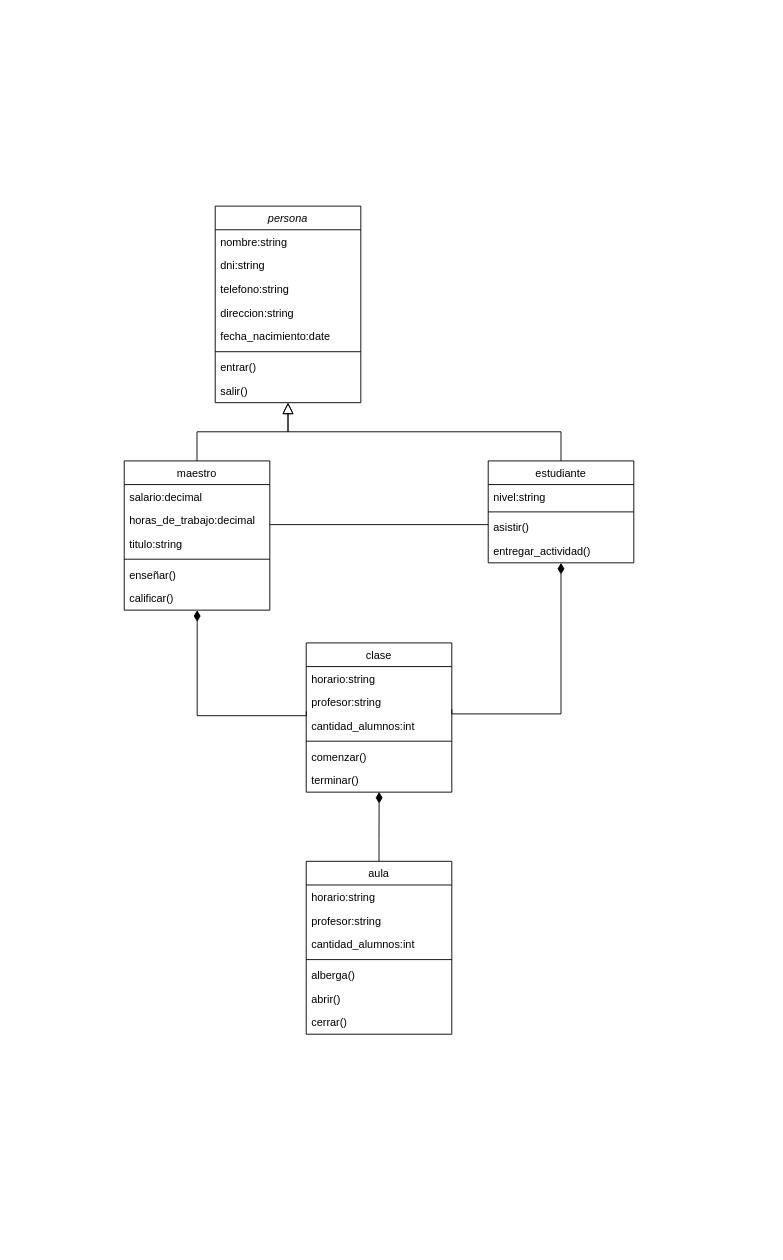
Earlier version of the draw.io diagram Diagrama sin título.drawio (espadadeabsorcion/funciones-sencillas). Source tidied: cells renumbered, new cells numbered last; positions are measured from the earlier drawing's top-left corner, leaving out a move shared by most shapes. Both pictures are drawn from the tidied source at 91%, with x=0, y=0 at pixel (124, 206).
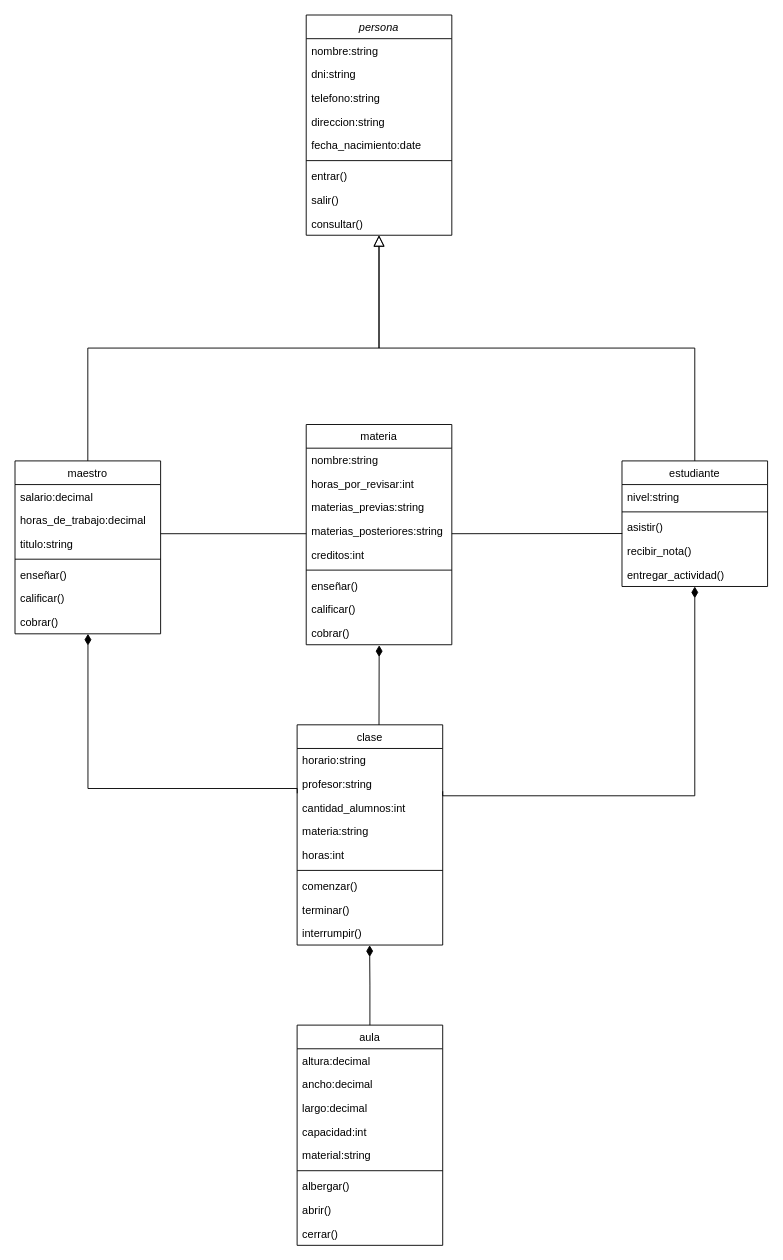
Above is the later version.

Unchanged cells that the change refers to:
```xml
<mxCell id="22" value="asistir()" style="text;align=left;verticalAlign=top;spacingLeft=4;spacingRight=4;overflow=hidden;points=[[0,0.5],[1,0.5]];portConstraint=eastwest;" parent="19" vertex="1">
  <mxGeometry y="60" width="160" height="26" as="geometry" />
</mxCell>
<mxCell id="28" value="profesor:string" style="text;align=left;verticalAlign=top;spacingLeft=4;spacingRight=4;overflow=hidden;points=[[0,0.5],[1,0.5]];portConstraint=eastwest;rounded=0;shadow=0;html=0;" parent="25" vertex="1">
  <mxGeometry y="52" width="160" height="26" as="geometry" />
</mxCell>
```

Change to the diagram source:
```diff
@@
     <mxCell id="2" value="persona" style="swimlane;fontStyle=2;align=center;verticalAlign=top;horizontal=1;startSize=26;rounded=0;shadow=0;strokeWidth=1;" parent="1" vertex="1">
-      <mxGeometry x="100" width="160" height="216" as="geometry" />
+      <mxGeometry x="200" y="-210" width="160" height="242" as="geometry" />
     </mxCell>
@@
+    <mxCell id="44" value="consultar()" style="text;align=left;verticalAlign=top;spacingLeft=4;spacingRight=4;overflow=hidden;" parent="2" vertex="1">
+      <mxGeometry y="216" width="160" height="26" as="geometry" />
+    </mxCell>
     <mxCell id="11" value="maestro" style="swimlane;fontStyle=0;align=center;verticalAlign=top;horizontal=1;startSize=26;rounded=0;shadow=0;strokeWidth=1;" parent="1" vertex="1">
-      <mxGeometry y="280" width="160" height="164" as="geometry" />
+      <mxGeometry x="-120" y="280" width="160" height="190" as="geometry" />
     </mxCell>
@@
+    <mxCell id="45" value="calificar()" style="text;align=left;verticalAlign=top;spacingLeft=4;spacingRight=4;overflow=hidden;" parent="11" vertex="1">
+      <mxGeometry y="138" width="160" height="26" as="geometry" />
+    </mxCell>
-    <mxCell id="17" value="calificar()" style="text;align=left;verticalAlign=top;spacingLeft=4;spacingRight=4;overflow=hidden;points=[[0,0.5],[1,0.5]];portConstraint=eastwest;" parent="11" vertex="1">
-      <mxGeometry y="138" width="160" height="26" as="geometry" />
+    <mxCell id="17" value="cobrar()" style="text;align=left;verticalAlign=top;spacingLeft=4;spacingRight=4;overflow=hidden;points=[[0,0.5],[1,0.5]];portConstraint=eastwest;" parent="11" vertex="1">
+      <mxGeometry y="164" width="160" height="26" as="geometry" />
     </mxCell>
@@
     <mxCell id="19" value="estudiante" style="swimlane;fontStyle=0;align=center;verticalAlign=top;horizontal=1;startSize=26;rounded=0;shadow=0;strokeWidth=1;" parent="1" vertex="1">
-      <mxGeometry x="400" y="280" width="160" height="112" as="geometry" />
+      <mxGeometry x="547" y="280" width="160" height="138" as="geometry" />
     </mxCell>
@@
+    <mxCell id="46" value="recibir_nota()" style="text;align=left;verticalAlign=top;spacingLeft=4;spacingRight=4;overflow=hidden;fontStyle=0;" parent="19" vertex="1">
+      <mxGeometry y="86" width="160" height="26" as="geometry" />
+    </mxCell>
     <mxCell id="23" value="entregar_actividad()" style="text;align=left;verticalAlign=top;spacingLeft=4;spacingRight=4;overflow=hidden;points=[[0,0.5],[1,0.5]];portConstraint=eastwest;fontStyle=0;" parent="19" vertex="1">
-      <mxGeometry y="86" width="160" height="26" as="geometry" />
+      <mxGeometry y="112" width="160" height="26" as="geometry" />
     </mxCell>
@@
     <mxCell id="25" value="clase" style="swimlane;fontStyle=0;align=center;verticalAlign=top;horizontal=1;startSize=26;rounded=0;shadow=0;strokeWidth=1;" parent="1" vertex="1">
-      <mxGeometry x="200" y="480" width="160" height="164" as="geometry" />
+      <mxGeometry x="190" y="570" width="160" height="242" as="geometry" />
     </mxCell>
@@
+    <mxCell id="47" value="materia:string" style="text;align=left;verticalAlign=top;spacingLeft=4;spacingRight=4;overflow=hidden;rounded=0;shadow=0;html=0;" parent="25" vertex="1">
+      <mxGeometry y="104" width="160" height="26" as="geometry" />
+    </mxCell>
+    <mxCell id="48" value="horas:int" style="text;align=left;verticalAlign=top;spacingLeft=4;spacingRight=4;overflow=hidden;rounded=0;shadow=0;html=0;" parent="25" vertex="1">
+      <mxGeometry y="130" width="160" height="26" as="geometry" />
+    </mxCell>
     <mxCell id="30" style="line;html=1;strokeWidth=1;align=left;verticalAlign=middle;spacingTop=-1;spacingLeft=3;spacingRight=3;labelPosition=right;" parent="25" vertex="1">
-      <mxGeometry y="104" width="160" height="8" as="geometry" />
+      <mxGeometry y="156" width="160" height="8" as="geometry" />
     </mxCell>
     <mxCell id="31" value="comenzar()" style="text;align=left;verticalAlign=top;spacingLeft=4;spacingRight=4;overflow=hidden;" parent="25" vertex="1">
-      <mxGeometry y="112" width="160" height="26" as="geometry" />
+      <mxGeometry y="164" width="160" height="26" as="geometry" />
     </mxCell>
     <mxCell id="32" value="terminar()" style="text;align=left;verticalAlign=top;spacingLeft=4;spacingRight=4;overflow=hidden;points=[[0,0.5],[1,0.5]];portConstraint=eastwest;fontStyle=0;" parent="25" vertex="1">
-      <mxGeometry y="138" width="160" height="26" as="geometry" />
+      <mxGeometry y="190" width="160" height="26" as="geometry" />
     </mxCell>
+    <mxCell id="49" value="interrumpir()" style="text;align=left;verticalAlign=top;spacingLeft=4;spacingRight=4;overflow=hidden;points=[[0,0.5],[1,0.5]];portConstraint=eastwest;fontStyle=0;" parent="25" vertex="1">
+      <mxGeometry y="216" width="160" height="26" as="geometry" />
+    </mxCell>
     <mxCell id="33" style="endArrow=diamondThin;endSize=10;endFill=1;shadow=0;strokeWidth=1;rounded=0;curved=0;edgeStyle=elbowEdgeStyle;elbow=vertical;exitX=0.001;exitY=0.897;exitDx=0;exitDy=0;exitPerimeter=0;entryX=0.501;entryY=1;entryDx=0;entryDy=0;entryPerimeter=0;" parent="1" edge="1" source="28" target="17">
       <mxGeometry relative="1" as="geometry">
         <Array as="points">
-          <mxPoint x="80" y="560" />
+          <mxPoint x="70" y="640" />
         </Array>
       </mxGeometry>
     </mxCell>
     <mxCell id="34" value="aula" style="swimlane;fontStyle=0;align=center;verticalAlign=top;horizontal=1;startSize=26;rounded=0;shadow=0;strokeWidth=1;" parent="1" vertex="1">
-      <mxGeometry x="200" y="720" width="160" height="190" as="geometry" />
+      <mxGeometry x="190" y="900" width="160" height="242" as="geometry" />
     </mxCell>
-    <mxCell id="35" value="horario:string" style="text;align=left;verticalAlign=top;spacingLeft=4;spacingRight=4;overflow=hidden;rounded=0;shadow=0;html=0;" parent="34" vertex="1">
-      <mxGeometry y="26" width="160" height="26" as="geometry" />
-    </mxCell>
-    <mxCell id="36" value="profesor:string" style="text;align=left;verticalAlign=top;spacingLeft=4;spacingRight=4;overflow=hidden;rounded=0;shadow=0;html=0;" parent="34" vertex="1">
-      <mxGeometry y="52" width="160" height="26" as="geometry" />
-    </mxCell>
-    <mxCell id="37" value="cantidad_alumnos:int" style="text;align=left;verticalAlign=top;spacingLeft=4;spacingRight=4;overflow=hidden;rounded=0;shadow=0;html=0;" parent="34" vertex="1">
-      <mxGeometry y="78" width="160" height="26" as="geometry" />
+    <mxCell id="37" value="altura:decimal" style="text;align=left;verticalAlign=top;spacingLeft=4;spacingRight=4;overflow=hidden;rounded=0;shadow=0;html=0;" parent="34" vertex="1">
+      <mxGeometry y="26" width="160" height="26" as="geometry" />
     </mxCell>
+    <mxCell id="50" value="ancho:decimal" style="text;align=left;verticalAlign=top;spacingLeft=4;spacingRight=4;overflow=hidden;rounded=0;shadow=0;html=0;" parent="34" vertex="1">
+      <mxGeometry y="52" width="160" height="26" as="geometry" />
+    </mxCell>
+    <mxCell id="51" value="largo:decimal" style="text;align=left;verticalAlign=top;spacingLeft=4;spacingRight=4;overflow=hidden;rounded=0;shadow=0;html=0;" parent="34" vertex="1">
+      <mxGeometry y="78" width="160" height="26" as="geometry" />
+    </mxCell>
+    <mxCell id="52" value="capacidad:int" style="text;align=left;verticalAlign=top;spacingLeft=4;spacingRight=4;overflow=hidden;rounded=0;shadow=0;html=0;" parent="34" vertex="1">
+      <mxGeometry y="104" width="160" height="26" as="geometry" />
+    </mxCell>
+    <mxCell id="53" value="material:string" style="text;align=left;verticalAlign=top;spacingLeft=4;spacingRight=4;overflow=hidden;rounded=0;shadow=0;html=0;" parent="34" vertex="1">
+      <mxGeometry y="130" width="160" height="26" as="geometry" />
+    </mxCell>
     <mxCell id="38" style="line;html=1;strokeWidth=1;align=left;verticalAlign=middle;spacingTop=-1;spacingLeft=3;spacingRight=3;labelPosition=right;" parent="34" vertex="1">
-      <mxGeometry y="104" width="160" height="8" as="geometry" />
+      <mxGeometry y="156" width="160" height="8" as="geometry" />
     </mxCell>
-    <mxCell id="39" value="alberga()" style="text;align=left;verticalAlign=top;spacingLeft=4;spacingRight=4;overflow=hidden;" parent="34" vertex="1">
-      <mxGeometry y="112" width="160" height="26" as="geometry" />
+    <mxCell id="39" value="albergar()" style="text;align=left;verticalAlign=top;spacingLeft=4;spacingRight=4;overflow=hidden;" parent="34" vertex="1">
+      <mxGeometry y="164" width="160" height="26" as="geometry" />
     </mxCell>
     <mxCell id="40" value="abrir()" style="text;align=left;verticalAlign=top;spacingLeft=4;spacingRight=4;overflow=hidden;fontStyle=0;" parent="34" vertex="1">
-      <mxGeometry y="138" width="160" height="26" as="geometry" />
+      <mxGeometry y="190" width="160" height="26" as="geometry" />
     </mxCell>
     <mxCell id="41" value="cerrar()" style="text;align=left;verticalAlign=top;spacingLeft=4;spacingRight=4;overflow=hidden;fontStyle=0;" parent="34" vertex="1">
-      <mxGeometry y="164" width="160" height="26" as="geometry" />
+      <mxGeometry y="216" width="160" height="26" as="geometry" />
     </mxCell>
-    <mxCell id="42" style="endArrow=diamondThin;endSize=10;endFill=1;shadow=0;strokeWidth=1;rounded=0;curved=0;edgeStyle=elbowEdgeStyle;elbow=vertical;exitX=0.5;exitY=0;exitDx=0;exitDy=0;entryX=0.501;entryY=0.988;entryDx=0;entryDy=0;entryPerimeter=0;" parent="1" edge="1" source="34" target="32">
-      <mxGeometry relative="1" as="geometry">
-        <Array as="points">
-          <mxPoint x="250" y="696" />
-        </Array>
-      </mxGeometry>
+    <mxCell id="42" style="endArrow=diamondThin;endSize=10;endFill=1;shadow=0;strokeWidth=1;rounded=0;curved=0;edgeStyle=elbowEdgeStyle;elbow=vertical;exitX=0.5;exitY=0;exitDx=0;exitDy=0;entryX=0.498;entryY=1.008;entryDx=0;entryDy=0;entryPerimeter=0;" parent="1" edge="1" source="34" target="49">
+      <mxGeometry relative="1" as="geometry" />
     </mxCell>
     <mxCell id="43" style="endArrow=none;html=1;rounded=0;" parent="1" edge="1">
       <mxGeometry relative="1" as="geometry">
-        <mxPoint x="160" y="350" as="sourcePoint" />
-        <mxPoint x="400" y="350" as="targetPoint" />
+        <mxPoint x="40" y="360" as="sourcePoint" />
+        <mxPoint x="200" y="360" as="targetPoint" />
       </mxGeometry>
     </mxCell>
+    <mxCell id="54" value="materia" style="swimlane;fontStyle=0;align=center;verticalAlign=top;horizontal=1;startSize=26;rounded=0;shadow=0;strokeWidth=1;" parent="1" vertex="1">
+      <mxGeometry x="200" y="240" width="160" height="242" as="geometry" />
+    </mxCell>
+    <mxCell id="55" value="nombre:string" style="text;align=left;verticalAlign=top;spacingLeft=4;spacingRight=4;overflow=hidden;" parent="54" vertex="1">
+      <mxGeometry y="26" width="160" height="26" as="geometry" />
+    </mxCell>
+    <mxCell id="56" value="horas_por_revisar:int" style="text;align=left;verticalAlign=top;spacingLeft=4;spacingRight=4;overflow=hidden;rounded=0;shadow=0;html=0;" parent="54" vertex="1">
+      <mxGeometry y="52" width="160" height="26" as="geometry" />
+    </mxCell>
+    <mxCell id="57" value="materias_previas:string" style="text;align=left;verticalAlign=top;spacingLeft=4;spacingRight=4;overflow=hidden;rounded=0;shadow=0;html=0;" parent="54" vertex="1">
+      <mxGeometry y="78" width="160" height="26" as="geometry" />
+    </mxCell>
+    <mxCell id="58" value="materias_posteriores:string" style="text;align=left;verticalAlign=top;spacingLeft=4;spacingRight=4;overflow=hidden;rounded=0;shadow=0;html=0;" parent="54" vertex="1">
+      <mxGeometry y="104" width="160" height="26" as="geometry" />
+    </mxCell>
+    <mxCell id="59" value="creditos:int" style="text;align=left;verticalAlign=top;spacingLeft=4;spacingRight=4;overflow=hidden;rounded=0;shadow=0;html=0;" parent="54" vertex="1">
+      <mxGeometry y="130" width="160" height="26" as="geometry" />
+    </mxCell>
+    <mxCell id="60" style="line;html=1;strokeWidth=1;align=left;verticalAlign=middle;spacingTop=-1;spacingLeft=3;spacingRight=3;labelPosition=right;" parent="54" vertex="1">
+      <mxGeometry y="156" width="160" height="8" as="geometry" />
+    </mxCell>
+    <mxCell id="61" value="enseñar()" style="text;align=left;verticalAlign=top;spacingLeft=4;spacingRight=4;overflow=hidden;fontStyle=0;" parent="54" vertex="1">
+      <mxGeometry y="164" width="160" height="26" as="geometry" />
+    </mxCell>
+    <mxCell id="62" value="calificar()" style="text;align=left;verticalAlign=top;spacingLeft=4;spacingRight=4;overflow=hidden;" parent="54" vertex="1">
+      <mxGeometry y="190" width="160" height="26" as="geometry" />
+    </mxCell>
+    <mxCell id="63" value="cobrar()" style="text;align=left;verticalAlign=top;spacingLeft=4;spacingRight=4;overflow=hidden;points=[[0,0.5],[1,0.5]];portConstraint=eastwest;" parent="54" vertex="1">
+      <mxGeometry y="216" width="160" height="26" as="geometry" />
+    </mxCell>
+    <mxCell id="64" style="endArrow=none;html=1;rounded=0;entryX=0.002;entryY=0.761;entryDx=0;entryDy=0;entryPerimeter=0;" parent="1" edge="1" target="22">
+      <mxGeometry relative="1" as="geometry">
+        <mxPoint x="360" y="360" as="sourcePoint" />
+      </mxGeometry>
+    </mxCell>
+    <mxCell id="65" style="endArrow=diamondThin;endSize=10;endFill=1;shadow=0;strokeWidth=1;rounded=0;curved=0;edgeStyle=elbowEdgeStyle;elbow=vertical;entryX=0.501;entryY=1.022;entryDx=0;entryDy=0;entryPerimeter=0;" parent="1" edge="1" target="63">
+      <mxGeometry relative="1" as="geometry">
+        <mxPoint x="280" y="570" as="sourcePoint" />
+        <Array as="points">
+          <mxPoint x="160" y="570" />
+        </Array>
+      </mxGeometry>
+    </mxCell>
```
